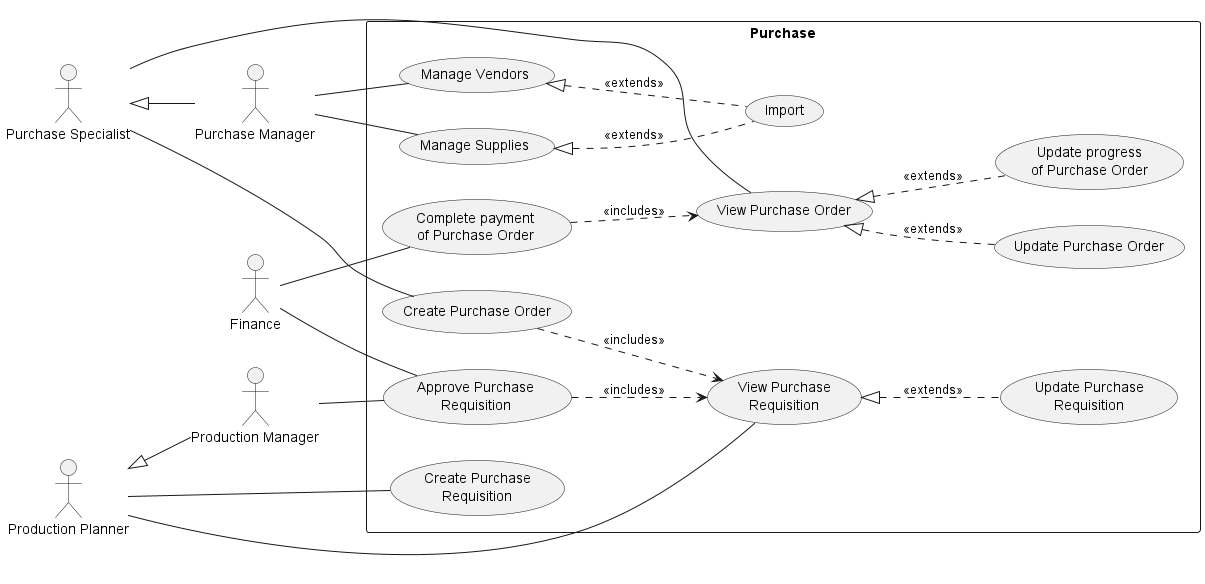
Earlier version of the PlantUML export use-cases/purchase.png (phihungha/scmss-reqs).
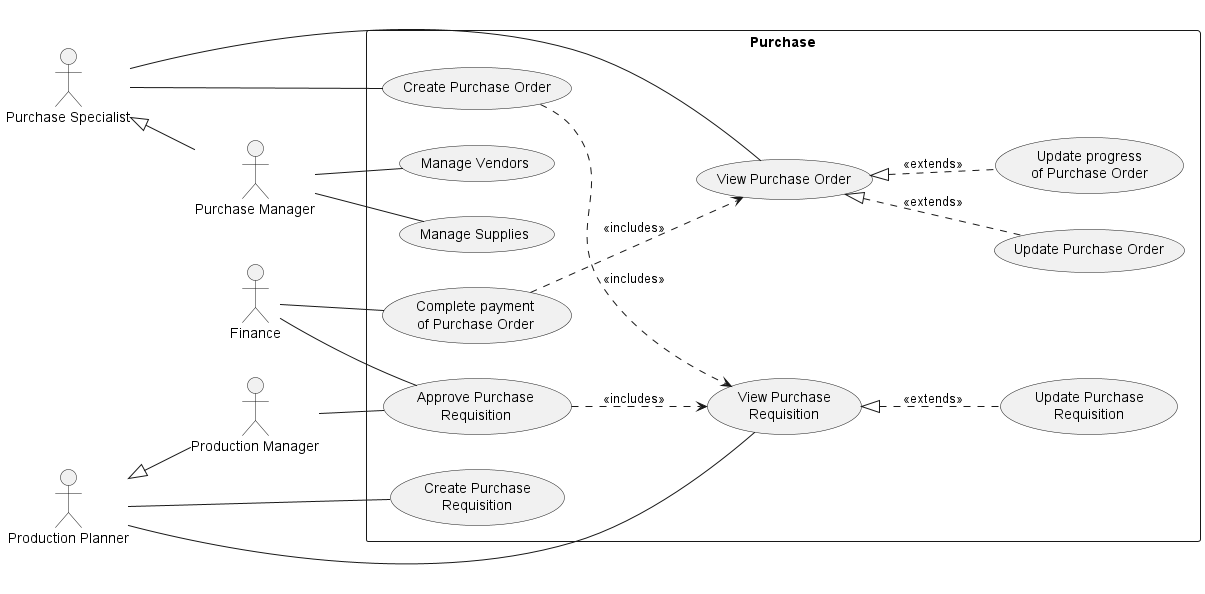
After the commit.

Commit message:
Remove import use case

Change to the diagram source:
```diff
@@ -28,8 +28,6 @@
     (Complete payment\nof Purchase Order) ..> (View Purchase Order) : <<includes>>
 
     pm -- (Manage Vendors)
-    (Manage Vendors) <|.. (Import) : <<extends>>
     pm -- (Manage Supplies)
-    (Manage Supplies) <|.. (Import) : <<extends>>
 }
 @enduml
```
